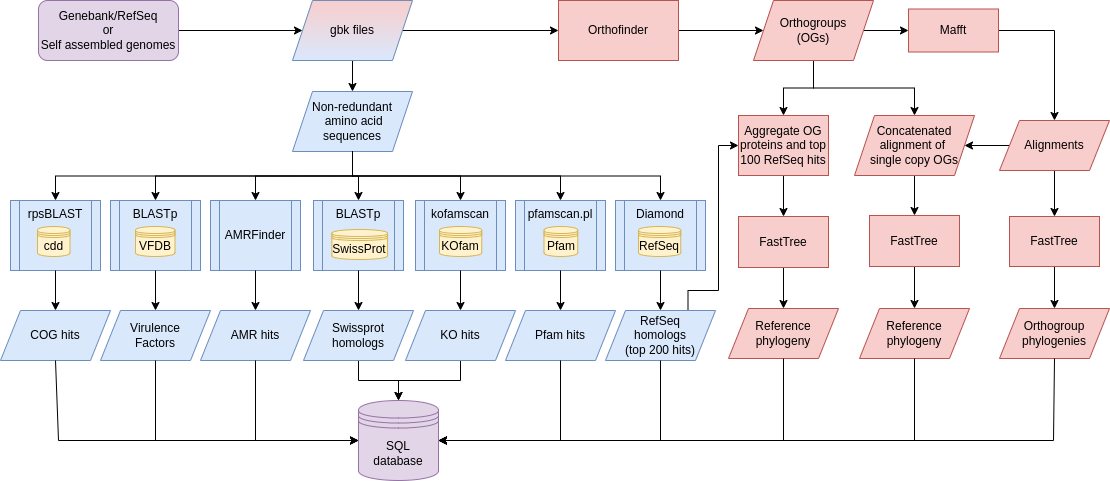
Before: docs/img/annotations_workflow.drawio.png, a diagram exported from draw.io (metagenlab/zDB). Source tidied: cells renumbered, new cells last; positions are measured from the earlier drawing's top-left corner, leaving out a move shared by most shapes.
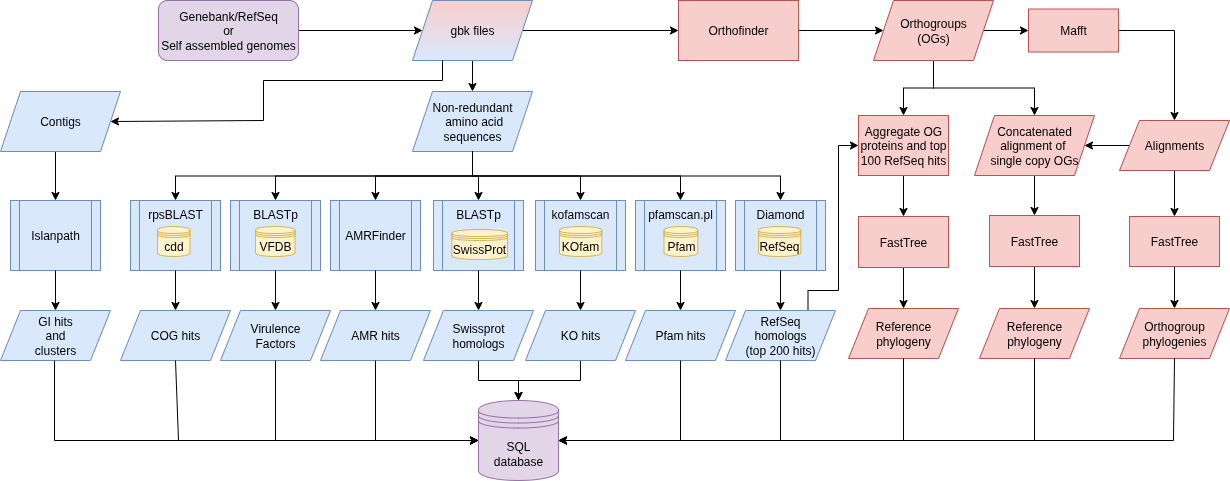
After the change.

Commit message:
Update workflow diagrams in documentation to include GI prediction.

What changed in the source:
```diff
@@ -289,5 +289,44 @@
         </Array>
       </mxGeometry>
     </mxCell>
+    <mxCell id="85" style="edgeStyle=orthogonalEdgeStyle;rounded=0;jettySize=auto;html=1;exitX=0.5;exitY=1;exitDx=0;exitDy=0;entryX=0.5;entryY=0;entryDx=0;entryDy=0;" parent="1" edge="1" source="86" target="89">
+      <mxGeometry relative="1" as="geometry">
+        <Array as="points">
+          <mxPoint x="-65" y="151" />
+        </Array>
+      </mxGeometry>
+    </mxCell>
+    <mxCell id="86" value="Contigs" style="shape=parallelogram;perimeter=parallelogramPerimeter;whiteSpace=wrap;html=1;fixedSize=1;fillColor=#dae8fc;strokeColor=#6c8ebf;" parent="1" vertex="1">
+      <mxGeometry x="-120" y="91" width="120" height="60" as="geometry" />
+    </mxCell>
+    <mxCell id="87" style="edgeStyle=orthogonalEdgeStyle;rounded=0;jettySize=auto;html=1;exitX=0.25;exitY=1;exitDx=0;exitDy=0;entryX=1;entryY=0.5;entryDx=0;entryDy=0;" parent="1" edge="1" source="6" target="86">
+      <mxGeometry relative="1" as="geometry">
+        <Array as="points">
+          <mxPoint x="322" y="80" />
+          <mxPoint x="143" y="80" />
+          <mxPoint x="143" y="120" />
+        </Array>
+      </mxGeometry>
+    </mxCell>
+    <mxCell id="88" style="group;" parent="1" vertex="1">
+      <mxGeometry x="-110" y="200" width="100" height="70" as="geometry" />
+    </mxCell>
+    <mxCell id="89" value="&lt;div&gt;&lt;div&gt;Islanpath&lt;/div&gt;&lt;/div&gt;" style="shape=process;whiteSpace=wrap;html=1;backgroundOutline=1;fillColor=#dae8fc;strokeColor=#6c8ebf;" parent="88" vertex="1">
+      <mxGeometry width="90" height="70" as="geometry" />
+    </mxCell>
+    <mxCell id="90" value="GI hits &lt;br&gt;and &lt;br&gt;clusters" style="shape=parallelogram;perimeter=parallelogramPerimeter;whiteSpace=wrap;html=1;fixedSize=1;arcSize=10;rounded=0;fillColor=#dae8fc;strokeColor=#6c8ebf;" parent="1" vertex="1">
+      <mxGeometry x="-120" y="310" width="110" height="50" as="geometry" />
+    </mxCell>
+    <mxCell id="91" style="edgeStyle=orthogonalEdgeStyle;rounded=0;jettySize=auto;html=1;" parent="1" edge="1" source="89" target="90">
+      <mxGeometry relative="1" as="geometry" />
+    </mxCell>
+    <mxCell id="92" style="endArrow=classic;html=1;rounded=0;exitX=0.5;exitY=1;exitDx=0;exitDy=0;entryX=0;entryY=0.5;entryDx=0;entryDy=0;" parent="1" edge="1" target="21">
+      <mxGeometry relative="1" as="geometry">
+        <mxPoint x="-66" y="360" as="sourcePoint" />
+        <Array as="points">
+          <mxPoint x="-66" y="440" />
+        </Array>
+      </mxGeometry>
+    </mxCell>
   </root>
 </mxGraphModel>
```
